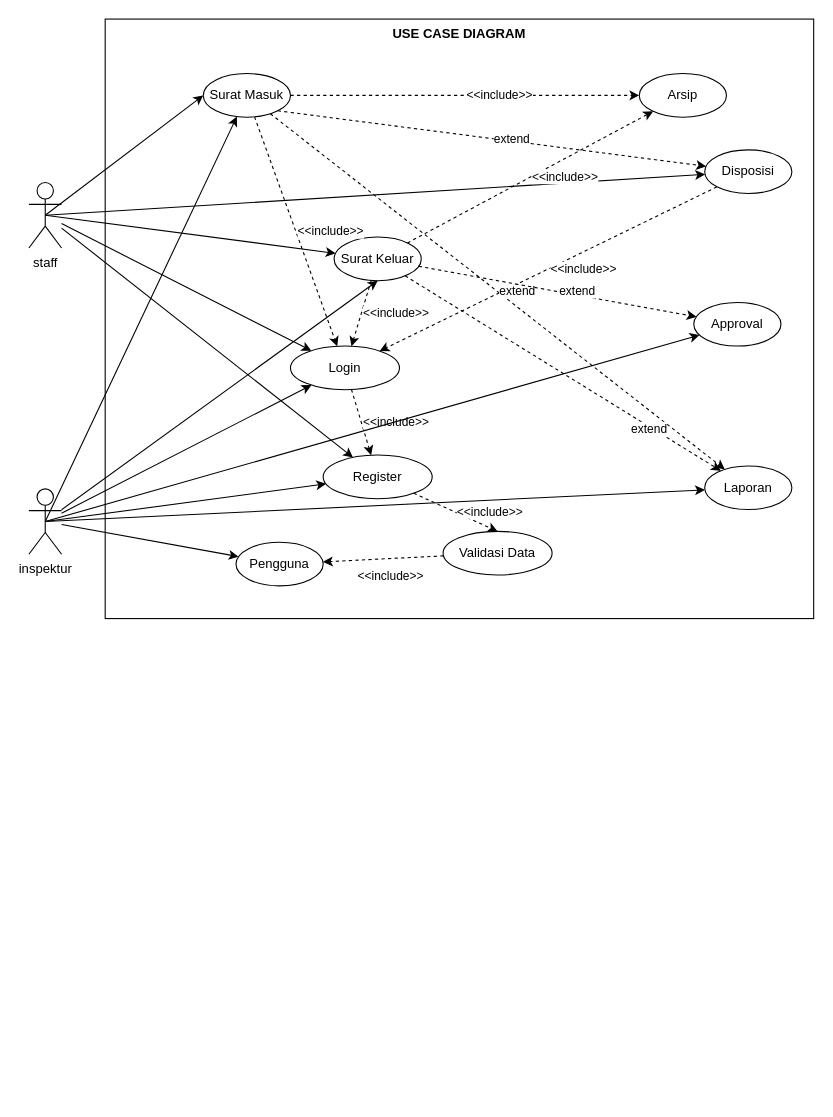
The draw.io diagram use_case_diagram.drawio in sheillendra/arsip-surat, before the edit. Source tidied: cells renumbered, new cells numbered last; positions are measured from the earlier drawing's top-left corner, leaving out a move shared by most shapes. Both pictures are drawn from the tidied source at 109%, with x=0, y=0 at pixel (28, 19).
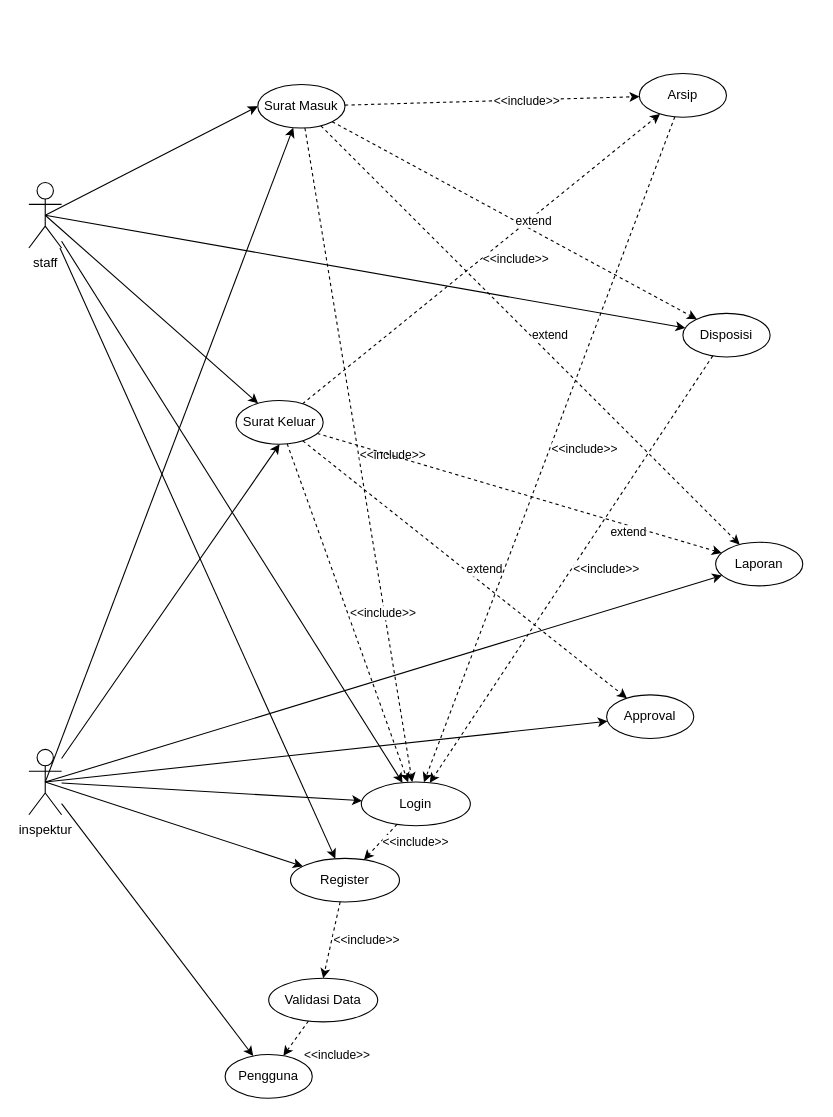
The same page after the edit.

Unchanged cells that the change refers to:
```xml
<mxCell id="18" value="Arsip" style="ellipse;whiteSpace=wrap;html=1;" parent="1" vertex="1">
  <mxGeometry x="560" y="50" width="80" height="40" as="geometry" />
</mxCell>
```

Diff of the diagram source:
```diff
@@
     <mxCell id="6" value="Surat Masuk" style="ellipse;whiteSpace=wrap;html=1;" parent="1" vertex="1">
-      <mxGeometry x="160" y="50" width="80" height="40" as="geometry" />
+      <mxGeometry x="210" y="60" width="80" height="40" as="geometry" />
     </mxCell>
@@
     <mxCell id="8" value="inspektur" style="shape=umlActor;verticalLabelPosition=bottom;verticalAlign=top;html=1;outlineConnect=0;" parent="1" vertex="1">
-      <mxGeometry y="431" width="30" height="60" as="geometry" />
+      <mxGeometry y="670" width="30" height="60" as="geometry" />
     </mxCell>
     <mxCell id="9" value="Login" style="ellipse;whiteSpace=wrap;html=1;" parent="1" vertex="1">
-      <mxGeometry x="240" y="300" width="100" height="40" as="geometry" />
+      <mxGeometry x="305" y="700" width="100" height="40" as="geometry" />
     </mxCell>
     <mxCell id="10" value="Register" style="ellipse;whiteSpace=wrap;html=1;" parent="1" vertex="1">
-      <mxGeometry x="270" y="400" width="100" height="40" as="geometry" />
+      <mxGeometry x="240" y="770" width="100" height="40" as="geometry" />
     </mxCell>
     <mxCell id="11" value="Validasi Data" style="ellipse;whiteSpace=wrap;html=1;" parent="1" vertex="1">
-      <mxGeometry x="380" y="470" width="100" height="40" as="geometry" />
+      <mxGeometry x="220" y="880" width="100" height="40" as="geometry" />
     </mxCell>
@@
     <mxCell id="15" value="Surat Keluar" style="ellipse;whiteSpace=wrap;html=1;" parent="1" vertex="1">
-      <mxGeometry x="280" y="200" width="80" height="40" as="geometry" />
+      <mxGeometry x="190" y="350" width="80" height="40" as="geometry" />
     </mxCell>
@@
     <mxCell id="17" value="Disposisi" style="ellipse;whiteSpace=wrap;html=1;" parent="1" vertex="1">
-      <mxGeometry x="620" y="120" width="80" height="40" as="geometry" />
+      <mxGeometry x="600" y="270" width="80" height="40" as="geometry" />
     </mxCell>
@@
     <mxCell id="25" value="Pengguna" style="ellipse;whiteSpace=wrap;html=1;" parent="1" vertex="1">
-      <mxGeometry x="190" y="480" width="80" height="40" as="geometry" />
+      <mxGeometry x="180" y="950" width="80" height="40" as="geometry" />
     </mxCell>
     <mxCell id="26" value="Laporan" style="ellipse;whiteSpace=wrap;html=1;" parent="1" vertex="1">
-      <mxGeometry x="620" y="410" width="80" height="40" as="geometry" />
+      <mxGeometry x="630" y="480" width="80" height="40" as="geometry" />
     </mxCell>
     <mxCell id="27" value="Approval" style="ellipse;whiteSpace=wrap;html=1;" parent="1" vertex="1">
-      <mxGeometry x="610" y="260" width="80" height="40" as="geometry" />
+      <mxGeometry x="530" y="620" width="80" height="40" as="geometry" />
     </mxCell>
@@
-    <mxCell id="38" value="&lt;b&gt;USE CASE DIAGRAM&lt;br&gt;&lt;/b&gt;" style="whiteSpace=wrap;html=1;fillColor=none;verticalAlign=top;" parent="1" vertex="1">
-      <mxGeometry x="70" width="650" height="550" as="geometry" />
-    </mxCell>
+    <mxCell id="39" value="&amp;lt;&amp;lt;include&amp;gt;&amp;gt;" style="endArrow=classic;html=1;rounded=0;dashed=1;align=left;" parent="1" edge="1" source="18" target="9">
+      <mxGeometry relative="1" as="geometry" />
+    </mxCell>
```
